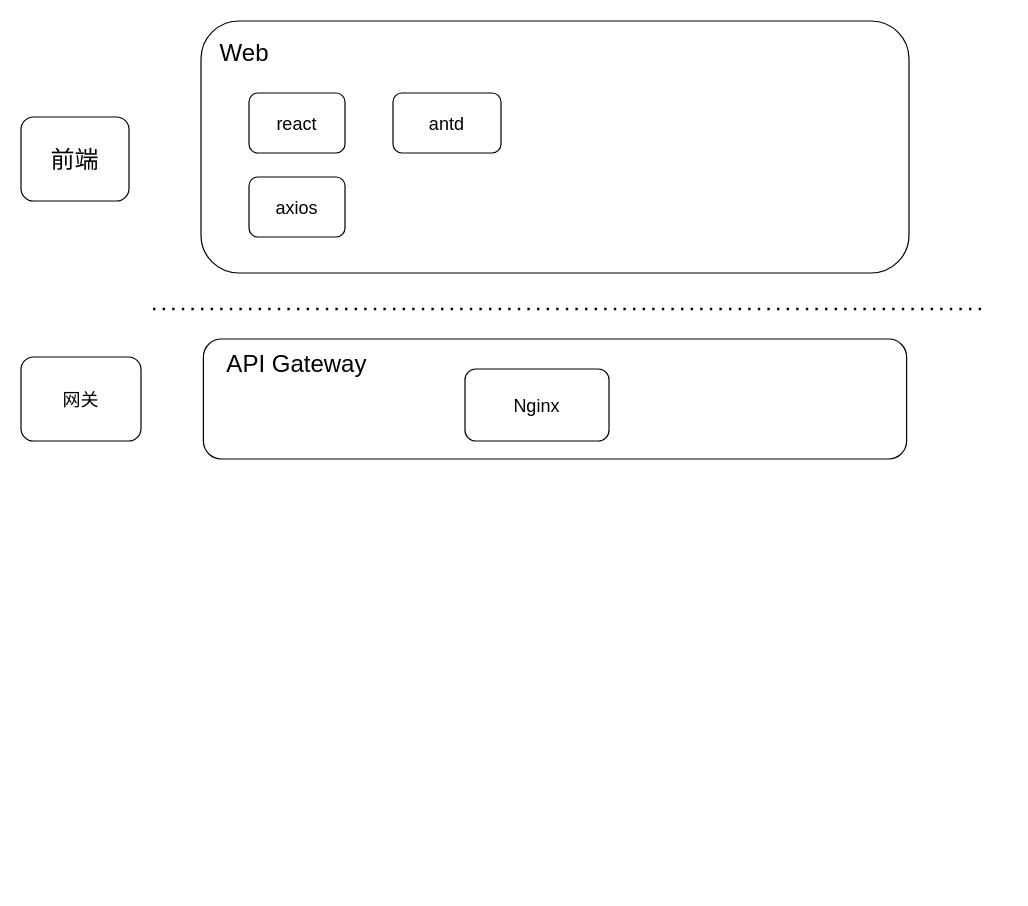
AdhereZ/graph keeps this draw.io diagram as 实验室项目系统架构.drawio. Above is the earlier version. Source tidied: cells renumbered, new cells numbered last; positions are measured from the earlier drawing's top-left corner, leaving out a move shared by most shapes. Both pictures are drawn from the tidied source at 120%, with x=0, y=0 at pixel (20, 20).
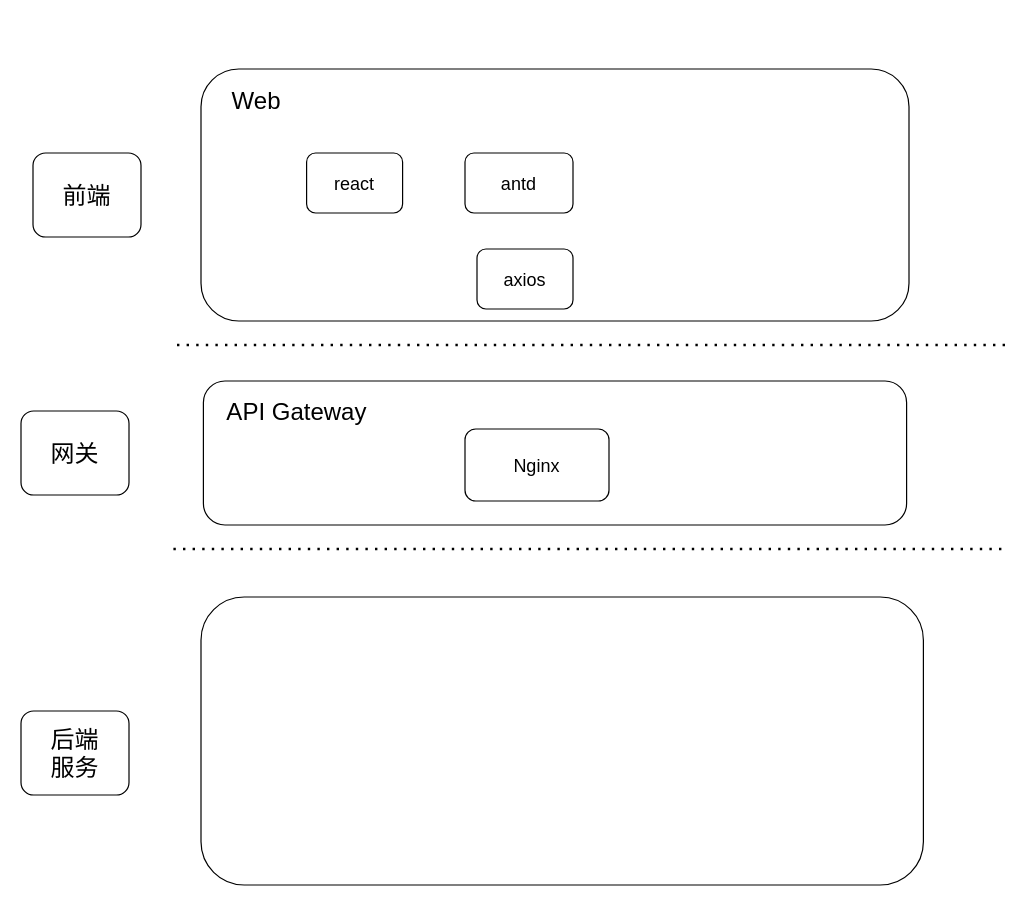
The same page after the edit.

Commit message (it also covers changes not shown here):
更新实验室项目系统架构.drawio

Diff of the diagram source:
```diff
@@
 <mxGraphModel>
   <root>
     <mxCell id="0" />
     <mxCell id="1" parent="0" />
     <mxCell id="2" style="endArrow=none;dashed=1;html=1;dashPattern=1 3;strokeWidth=2;rounded=0;" parent="1" edge="1">
       <mxGeometry relative="1" as="geometry">
-        <mxPoint x="110" y="240" as="sourcePoint" />
-        <mxPoint x="800" y="240" as="targetPoint" />
+        <mxPoint x="130" y="270" as="sourcePoint" />
+        <mxPoint x="820" y="270" as="targetPoint" />
       </mxGeometry>
     </mxCell>
     <mxCell id="3" value="&lt;font style=&quot;font-size: 20px;&quot;&gt;前端&lt;/font&gt;" style="rounded=1;whiteSpace=wrap;html=1;direction=south;" parent="1" vertex="1">
-      <mxGeometry y="80" width="90" height="70" as="geometry" />
+      <mxGeometry x="10" y="110" width="90" height="70" as="geometry" />
     </mxCell>
     <mxCell id="4" style="rounded=1;whiteSpace=wrap;html=1;" parent="1" vertex="1">
-      <mxGeometry x="150" width="590" height="210" as="geometry" />
+      <mxGeometry x="150" y="40" width="590" height="210" as="geometry" />
     </mxCell>
     <mxCell id="5" value="Web" style="text;strokeColor=none;fillColor=none;align=left;verticalAlign=middle;spacingLeft=4;spacingRight=4;overflow=hidden;fontSize=20;" parent="1" vertex="1">
-      <mxGeometry x="160" y="10" width="80" height="30" as="geometry" />
+      <mxGeometry x="170" y="50" width="80" height="30" as="geometry" />
     </mxCell>
     <mxCell id="6" value="&lt;font style=&quot;font-size: 15px;&quot;&gt;react&lt;/font&gt;" style="rounded=1;whiteSpace=wrap;html=1;fontSize=15;" parent="1" vertex="1">
-      <mxGeometry x="190" y="60" width="80" height="50" as="geometry" />
+      <mxGeometry x="238" y="110" width="80" height="50" as="geometry" />
     </mxCell>
     <mxCell id="7" value="axios" style="rounded=1;whiteSpace=wrap;html=1;fontSize=15;" parent="1" vertex="1">
-      <mxGeometry x="190" y="130" width="80" height="50" as="geometry" />
+      <mxGeometry x="380" y="190" width="80" height="50" as="geometry" />
     </mxCell>
     <mxCell id="8" value="antd" style="rounded=1;whiteSpace=wrap;html=1;fontSize=15;" parent="1" vertex="1">
-      <mxGeometry x="310" y="60" width="90" height="50" as="geometry" />
+      <mxGeometry x="370" y="110" width="90" height="50" as="geometry" />
     </mxCell>
     <mxCell id="9" style="rounded=1;whiteSpace=wrap;html=1;" parent="1" vertex="1">
-      <mxGeometry x="152" y="265" width="586" height="100" as="geometry" />
+      <mxGeometry x="152" y="300" width="586" height="120" as="geometry" />
     </mxCell>
     <mxCell id="10" value="API Gateway" style="text;html=1;strokeColor=none;fillColor=none;align=center;verticalAlign=middle;whiteSpace=wrap;rounded=0;fontSize=20;" parent="1" vertex="1">
-      <mxGeometry x="142" y="270" width="176" height="30" as="geometry" />
+      <mxGeometry x="142" y="310" width="176" height="30" as="geometry" />
     </mxCell>
     <mxCell id="11" value="Nginx" style="rounded=1;whiteSpace=wrap;html=1;fontSize=15;" parent="1" vertex="1">
-      <mxGeometry x="370" y="290" width="120" height="60" as="geometry" />
+      <mxGeometry x="370" y="340" width="120" height="60" as="geometry" />
     </mxCell>
+    <mxCell id="13" style="endArrow=none;dashed=1;html=1;dashPattern=1 3;strokeWidth=2;rounded=0;" parent="1" edge="1">
+      <mxGeometry relative="1" as="geometry">
+        <mxPoint x="127" y="440" as="sourcePoint" />
+        <mxPoint x="817" y="440" as="targetPoint" />
+      </mxGeometry>
+    </mxCell>
-    <mxCell id="12" value="网关" style="rounded=1;whiteSpace=wrap;html=1;fontSize=15;" parent="1" vertex="1">
-      <mxGeometry y="280" width="100" height="70" as="geometry" />
+    <mxCell id="12" value="&lt;span style=&quot;font-size: 20px;&quot;&gt;网关&lt;/span&gt;" style="rounded=1;whiteSpace=wrap;html=1;direction=south;" parent="1" vertex="1">
+      <mxGeometry y="325" width="90" height="70" as="geometry" />
     </mxCell>
+    <mxCell id="14" value="&lt;span style=&quot;font-size: 20px;&quot;&gt;后端&lt;br&gt;服务&lt;/span&gt;" style="rounded=1;whiteSpace=wrap;html=1;direction=south;" parent="1" vertex="1">
+      <mxGeometry y="575" width="90" height="70" as="geometry" />
+    </mxCell>
+    <mxCell id="15" style="rounded=1;whiteSpace=wrap;html=1;fontSize=15;" parent="1" vertex="1">
+      <mxGeometry x="150" y="480" width="602" height="240" as="geometry" />
+    </mxCell>
   </root>
 </mxGraphModel>
```
